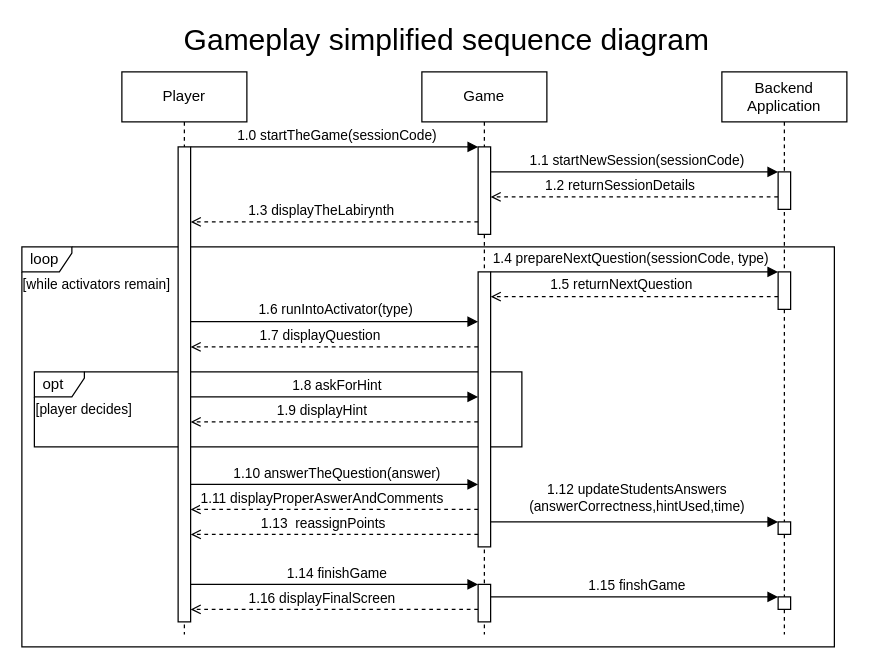
Earlier version of the draw.io diagram page "Proto" (2 of 3) of Documentation/Diagrams.drawio (Baciejowski/educational-platform). Source tidied: cells renumbered, new cells numbered last; positions are measured from the earlier drawing's top-left corner, leaving out a move shared by most shapes. Both pictures are drawn from the tidied source at 125%, with x=0, y=0 at pixel (21, 21).
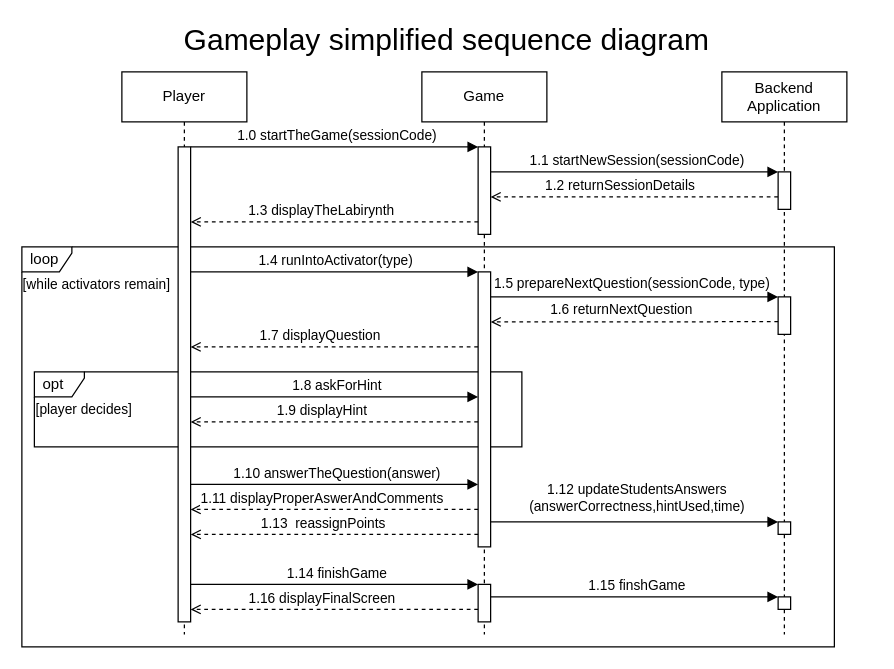
Above is the later version.

The change refers to these unchanged cells:
```xml
<mxCell id="25" value="Backend Application" style="shape=umlLifeline;perimeter=lifelinePerimeter;whiteSpace=wrap;html=1;" parent="1" vertex="1">
  <mxGeometry x="560" y="40" width="100" height="450" as="geometry" />
</mxCell>
<mxCell id="30" style="html=1;points=[];perimeter=orthogonalPerimeter;" parent="1" vertex="1">
  <mxGeometry x="365" y="200" width="10" height="220" as="geometry" />
</mxCell>
```

The edit, as a diff of the source:
```diff
@@
+    <mxCell id="31" style="html=1;points=[];perimeter=orthogonalPerimeter;" parent="25" vertex="1">
+      <mxGeometry x="45" y="180" width="10" height="30" as="geometry" />
+    </mxCell>
@@
-    <mxCell id="31" style="html=1;points=[];perimeter=orthogonalPerimeter;" parent="1" vertex="1">
-      <mxGeometry x="605" y="200" width="10" height="30" as="geometry" />
-    </mxCell>
     <mxCell id="32" style="html=1;verticalAlign=bottom;labelBackgroundColor=none;endArrow=block;endFill=1;rounded=0;entryX=0.005;entryY=0;entryDx=0;entryDy=0;entryPerimeter=0;" parent="1" edge="1">
       <mxGeometry relative="1" as="geometry">
-        <mxPoint x="374.9" y="200" as="sourcePoint" />
-        <mxPoint x="605" y="200" as="targetPoint" />
+        <mxPoint x="375" y="220" as="sourcePoint" />
+        <mxPoint x="605" y="220" as="targetPoint" />
       </mxGeometry>
     </mxCell>
-    <mxCell id="33" value="1.4 prepareNextQuestion(sessionCode, type)" style="edgeLabel;html=1;align=center;verticalAlign=middle;fillColor=none;" parent="32" vertex="1">
+    <mxCell id="33" value="1.5 prepareNextQuestion(sessionCode, type)" style="edgeLabel;html=1;align=center;verticalAlign=middle;fillColor=none;" parent="32" vertex="1">
       <mxGeometry x="-0.16" relative="1" as="geometry">
         <mxPoint x="15" y="-12" as="offset" />
       </mxGeometry>
     </mxCell>
-    <mxCell id="34" style="html=1;verticalAlign=bottom;labelBackgroundColor=none;endArrow=open;endFill=0;dashed=1;rounded=0;exitX=0;exitY=0.662;exitDx=0;exitDy=0;exitPerimeter=0;entryX=1.007;entryY=0.09;entryDx=0;entryDy=0;entryPerimeter=0;" parent="1" edge="1" source="31" target="30">
+    <mxCell id="34" style="html=1;verticalAlign=bottom;labelBackgroundColor=none;endArrow=open;endFill=0;dashed=1;rounded=0;exitX=0;exitY=0.662;exitDx=0;exitDy=0;exitPerimeter=0;entryX=1.008;entryY=0.182;entryDx=0;entryDy=0;entryPerimeter=0;" parent="1" edge="1" source="31" target="30">
       <mxGeometry relative="1" as="geometry" />
     </mxCell>
-    <mxCell id="35" value="1.5 returnNextQuestion&amp;nbsp;" style="edgeLabel;html=1;align=center;verticalAlign=middle;" parent="34" vertex="1">
+    <mxCell id="35" value="1.6 returnNextQuestion&amp;nbsp;" style="edgeLabel;html=1;align=center;verticalAlign=middle;" parent="34" vertex="1">
       <mxGeometry x="0.36" relative="1" as="geometry">
         <mxPoint x="31" y="-10" as="offset" />
       </mxGeometry>
     </mxCell>
     <mxCell id="36" style="html=1;verticalAlign=bottom;labelBackgroundColor=none;endArrow=block;endFill=1;rounded=0;entryX=0.005;entryY=0;entryDx=0;entryDy=0;entryPerimeter=0;" parent="1" edge="1">
       <mxGeometry relative="1" as="geometry">
-        <mxPoint x="134.9" y="239.8" as="sourcePoint" />
-        <mxPoint x="365" y="239.8" as="targetPoint" />
+        <mxPoint x="134.9" y="200" as="sourcePoint" />
+        <mxPoint x="365" y="200" as="targetPoint" />
       </mxGeometry>
     </mxCell>
-    <mxCell id="37" value="1.6 runIntoActivator(type)" style="edgeLabel;html=1;align=center;verticalAlign=middle;" parent="36" vertex="1">
+    <mxCell id="37" value="1.4 runIntoActivator(type)" style="edgeLabel;html=1;align=center;verticalAlign=middle;" parent="36" vertex="1">
       <mxGeometry x="-0.16" relative="1" as="geometry">
         <mxPoint x="19" y="-10" as="offset" />
       </mxGeometry>
     </mxCell>
```
